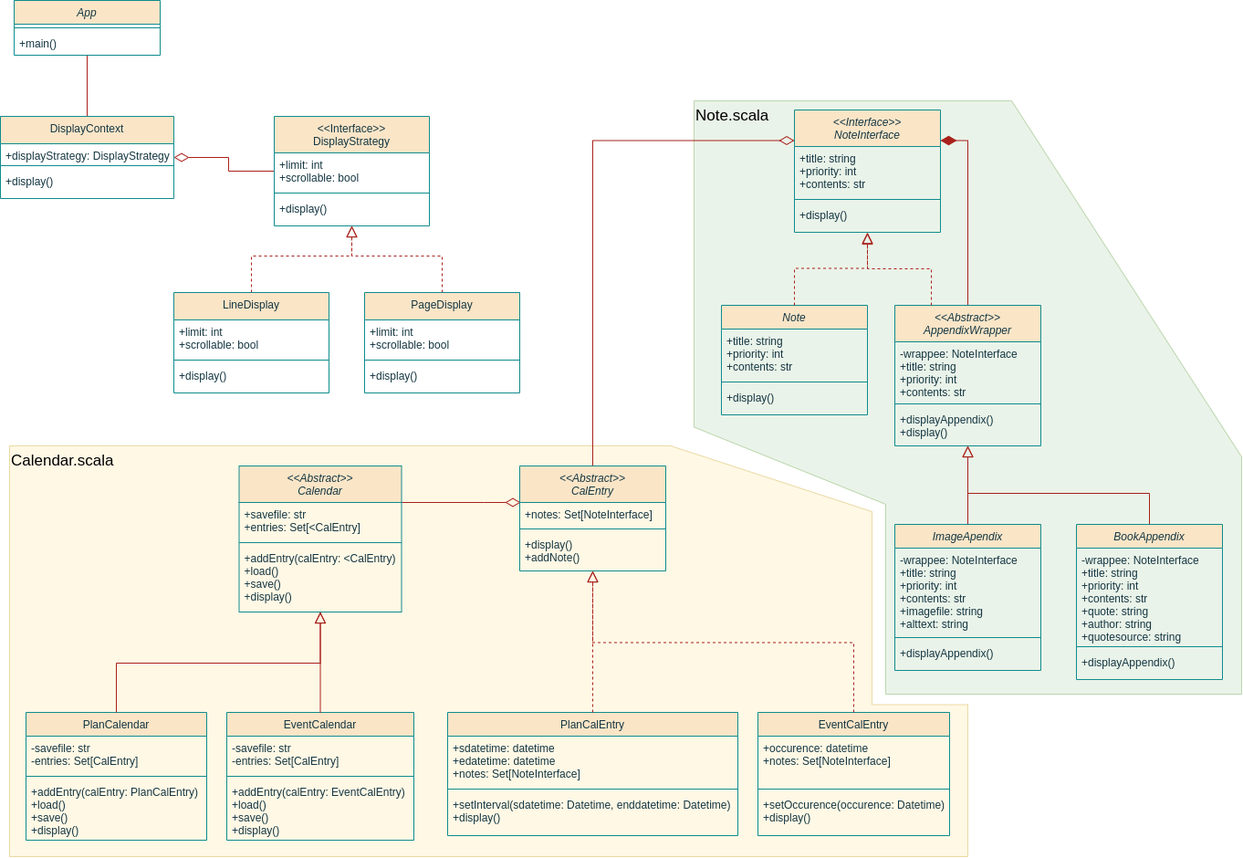
This is Diagram.png from hamer101/scribe, a draw.io export, as it was before one commit. Source tidied: cells renumbered, new cells last; positions are measured from the earlier drawing's top-left corner, leaving out a move shared by most shapes.
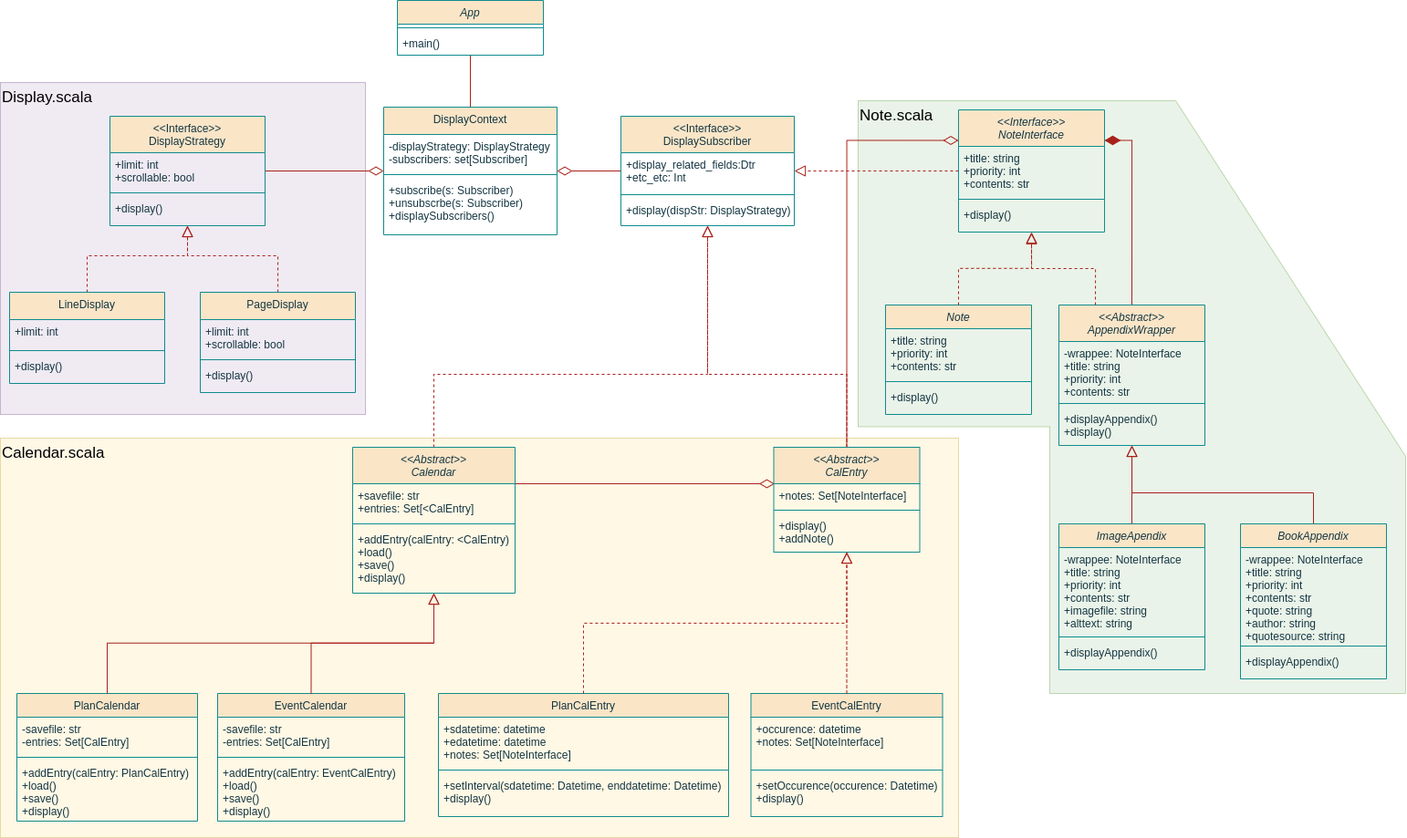
After the commit.

Change to the diagram source:
```diff
@@ -4,7 +4,10 @@
     <mxCell id="1" parent="0" />
+    <mxCell id="82" value="Display.scala" style="verticalLabelPosition=middle;verticalAlign=top;html=1;shape=mxgraph.basic.polygon;polyCoords=[[0,0],[1,0],[1,0.6],[1,0.75],[1,1],[0.35,1],[0,1],[0,0.6]];polyline=0;strokeColor=#9673a6;fillColor=#e1d5e7;opacity=50;align=left;labelPosition=center;fontSize=17;labelBackgroundColor=none;" parent="1" vertex="1">
+      <mxGeometry x="-210" y="110" width="400" height="364" as="geometry" />
+    </mxCell>
-    <mxCell id="2" value="Calendar.scala" style="verticalLabelPosition=middle;verticalAlign=top;html=1;shape=mxgraph.basic.polygon;polyCoords=[[0.69,0],[0.9,0.16],[0.9,0.63],[1,0.63],[1,1],[0,1],[0,0.67],[0,0]];polyline=0;strokeColor=#d6b656;fillColor=#fff2cc;opacity=50;align=left;labelPosition=center;fontSize=17;labelBackgroundColor=none;" parent="1" vertex="1">
-      <mxGeometry x="10" y="488" width="1050" height="450" as="geometry" />
+    <mxCell id="2" value="Calendar.scala" style="verticalLabelPosition=middle;verticalAlign=top;html=1;shape=mxgraph.basic.polygon;polyCoords=[[0.69,0],[1,0],[1,0.56],[1,0.63],[1,1],[0,1],[0,0.67],[0,0]];polyline=0;strokeColor=#d6b656;fillColor=#fff2cc;opacity=50;align=left;labelPosition=center;fontSize=17;labelBackgroundColor=none;" parent="1" vertex="1">
+      <mxGeometry x="-210" y="500" width="1050" height="438" as="geometry" />
     </mxCell>
-    <mxCell id="3" value="Note.scala" style="verticalLabelPosition=middle;verticalAlign=top;html=1;shape=mxgraph.basic.polygon;polyCoords=[[0,0],[0.58,0],[1,0.6],[1,0.75],[1,1],[0.35,1],[0.35,0.68],[0,0.55]];polyline=0;strokeColor=#82b366;fillColor=#d5e8d4;opacity=50;align=left;labelPosition=center;fontSize=17;labelBackgroundColor=none;" parent="1" vertex="1">
-      <mxGeometry x="760" y="110" width="600" height="650" as="geometry" />
+    <mxCell id="3" value="Note.scala" style="verticalLabelPosition=middle;verticalAlign=top;html=1;shape=mxgraph.basic.polygon;polyCoords=[[0,0],[0.58,0],[1,0.6],[1,0.75],[1,1],[0.35,1],[0.35,0.55],[0,0.55]];polyline=0;strokeColor=#82b366;fillColor=#d5e8d4;opacity=50;align=left;labelPosition=center;fontSize=17;labelBackgroundColor=none;" parent="1" vertex="1">
+      <mxGeometry x="730" y="130" width="600" height="650" as="geometry" />
     </mxCell>
@@ -13,4 +16,4 @@
         <Array as="points">
-          <mxPoint x="530" y="550" />
-          <mxPoint x="530" y="550" />
+          <mxPoint x="598.5" y="550" />
+          <mxPoint x="598.5" y="550" />
         </Array>
@@ -18,4 +21,12 @@
     </mxCell>
+    <mxCell id="83" style="edgeStyle=orthogonalEdgeStyle;rounded=0;jettySize=auto;html=1;labelBackgroundColor=none;endArrow=block;strokeColor=#A8201A;endSize=10;endFill=0;shadow=0;strokeWidth=1;dashed=1;labelBorderColor=none;" parent="1" edge="1" source="5" target="87">
+      <mxGeometry relative="1" as="geometry">
+        <Array as="points">
+          <mxPoint x="265" y="430" />
+          <mxPoint x="565" y="430" />
+        </Array>
+      </mxGeometry>
+    </mxCell>
     <mxCell id="5" value="&lt;&lt;Abstract&gt;&gt;&#10;Calendar" style="swimlane;fontStyle=2;align=center;verticalAlign=top;horizontal=1;startSize=40;rounded=0;shadow=0;strokeWidth=1;labelBackgroundColor=none;fillColor=#FAE5C7;strokeColor=#0F8B8D;fontColor=#143642;swimlaneLine=1;backgroundOutline=0;labelBorderColor=none;" parent="1" vertex="1">
-      <mxGeometry x="261.5" y="510" width="178" height="160" as="geometry" />
+      <mxGeometry x="176" y="510" width="178" height="160" as="geometry" />
     </mxCell>
@@ -31,3 +42,3 @@
     <mxCell id="9" value="PlanCalendar" style="swimlane;fontStyle=0;align=center;verticalAlign=top;horizontal=1;startSize=26;rounded=0;shadow=0;strokeWidth=1;labelBackgroundColor=none;fillColor=#FAE5C7;strokeColor=#0F8B8D;fontColor=#143642;swimlaneLine=1;backgroundOutline=0;labelBorderColor=none;" parent="1" vertex="1">
-      <mxGeometry x="28" y="780" width="198" height="140" as="geometry" />
+      <mxGeometry x="-192" y="780" width="198" height="140" as="geometry" />
     </mxCell>
@@ -46,3 +57,3 @@
     <mxCell id="14" value="EventCalendar" style="swimlane;fontStyle=0;align=center;verticalAlign=top;horizontal=1;startSize=26;rounded=0;shadow=0;strokeWidth=1;labelBackgroundColor=none;fillColor=#FAE5C7;strokeColor=#0F8B8D;fontColor=#143642;swimlaneLine=1;backgroundOutline=0;labelBorderColor=none;" parent="1" vertex="1">
-      <mxGeometry x="248" y="780" width="205" height="140" as="geometry" />
+      <mxGeometry x="28" y="780" width="205" height="140" as="geometry" />
     </mxCell>
@@ -64,3 +75,3 @@
     <mxCell id="20" value="App&#10;" style="swimlane;fontStyle=2;align=center;verticalAlign=top;horizontal=1;startSize=26;rounded=0;shadow=0;strokeWidth=1;labelBackgroundColor=none;fillColor=#FAE5C7;strokeColor=#0F8B8D;fontColor=#143642;swimlaneLine=1;backgroundOutline=0;labelBorderColor=none;" parent="1" vertex="1">
-      <mxGeometry x="15" width="160" height="60" as="geometry" />
+      <mxGeometry x="225" y="20" width="160" height="60" as="geometry" />
     </mxCell>
@@ -73,3 +84,3 @@
     <mxCell id="23" value="Note" style="swimlane;fontStyle=2;align=center;verticalAlign=top;horizontal=1;startSize=26;rounded=0;shadow=0;strokeWidth=1;labelBackgroundColor=none;fillColor=#FAE5C7;strokeColor=#0F8B8D;fontColor=#143642;swimlaneLine=1;backgroundOutline=0;labelBorderColor=none;" parent="1" vertex="1">
-      <mxGeometry x="790" y="334" width="160" height="120" as="geometry" />
+      <mxGeometry x="760" y="354" width="160" height="120" as="geometry" />
     </mxCell>
@@ -87,4 +98,12 @@
     </mxCell>
+    <mxCell id="84" style="edgeStyle=orthogonalEdgeStyle;rounded=0;jettySize=auto;html=1;labelBackgroundColor=none;endArrow=block;strokeColor=#A8201A;endSize=10;endFill=0;shadow=0;strokeWidth=1;dashed=1;labelBorderColor=none;" parent="1" edge="1" source="28" target="87">
+      <mxGeometry relative="1" as="geometry">
+        <Array as="points">
+          <mxPoint x="718" y="430" />
+          <mxPoint x="565" y="430" />
+        </Array>
+      </mxGeometry>
+    </mxCell>
     <mxCell id="28" value="&lt;&lt;Abstract&gt;&gt;&#10;CalEntry" style="swimlane;fontStyle=2;align=center;verticalAlign=top;horizontal=1;startSize=40;rounded=0;shadow=0;strokeWidth=1;labelBackgroundColor=none;fillColor=#FAE5C7;strokeColor=#0F8B8D;fontColor=#143642;swimlaneLine=1;backgroundOutline=0;labelBorderColor=none;" parent="1" vertex="1">
-      <mxGeometry x="569" y="510" width="160" height="115" as="geometry" />
+      <mxGeometry x="637.5" y="510" width="160" height="115" as="geometry" />
     </mxCell>
@@ -100,3 +119,3 @@
     <mxCell id="32" value="PlanCalEntry" style="swimlane;fontStyle=0;align=center;verticalAlign=top;horizontal=1;startSize=26;rounded=0;shadow=0;strokeWidth=1;labelBackgroundColor=none;fillColor=#FAE5C7;strokeColor=#0F8B8D;fontColor=#143642;swimlaneLine=1;backgroundOutline=0;labelBorderColor=none;" parent="1" vertex="1">
-      <mxGeometry x="490" y="780" width="318" height="135" as="geometry" />
+      <mxGeometry x="270" y="780" width="318" height="135" as="geometry" />
     </mxCell>
@@ -115,3 +134,3 @@
     <mxCell id="37" value="EventCalEntry" style="swimlane;fontStyle=0;align=center;verticalAlign=top;horizontal=1;startSize=26;rounded=0;shadow=0;strokeWidth=1;labelBackgroundColor=none;fillColor=#FAE5C7;strokeColor=#0F8B8D;fontColor=#143642;swimlaneLine=1;backgroundOutline=0;labelBorderColor=none;" parent="1" vertex="1">
-      <mxGeometry x="830" y="780" width="210" height="135" as="geometry" />
+      <mxGeometry x="612.5" y="780" width="210" height="135" as="geometry" />
     </mxCell>
@@ -132,4 +151,7 @@
     </mxCell>
+    <mxCell id="85" style="edgeStyle=orthogonalEdgeStyle;rounded=0;jettySize=auto;html=1;labelBackgroundColor=none;endArrow=block;strokeColor=#A8201A;endSize=10;endFill=0;shadow=0;strokeWidth=1;dashed=1;labelBorderColor=none;" parent="1" edge="1" source="43" target="87">
+      <mxGeometry relative="1" as="geometry" />
+    </mxCell>
     <mxCell id="43" value="&lt;&lt;Interface&gt;&gt;&#10;NoteInterface" style="swimlane;fontStyle=2;align=center;verticalAlign=top;horizontal=1;startSize=40;rounded=0;shadow=0;strokeWidth=1;labelBackgroundColor=none;fillColor=#FAE5C7;strokeColor=#0F8B8D;fontColor=#143642;swimlaneLine=1;backgroundOutline=0;labelBorderColor=none;" parent="1" vertex="1">
-      <mxGeometry x="870" y="120" width="160" height="134" as="geometry" />
+      <mxGeometry x="840" y="140" width="160" height="134" as="geometry" />
     </mxCell>
@@ -148,3 +170,3 @@
     <mxCell id="48" value="&lt;&lt;Abstract&gt;&gt;&#10;AppendixWrapper" style="swimlane;fontStyle=2;align=center;verticalAlign=top;horizontal=1;startSize=40;rounded=0;shadow=0;strokeWidth=1;labelBackgroundColor=none;fillColor=#FAE5C7;strokeColor=#0F8B8D;fontColor=#143642;swimlaneLine=1;backgroundOutline=0;labelBorderColor=none;" parent="1" vertex="1">
-      <mxGeometry x="980" y="334" width="160" height="154" as="geometry" />
+      <mxGeometry x="950" y="354" width="160" height="154" as="geometry" />
     </mxCell>
@@ -166,3 +188,3 @@
     <mxCell id="54" value="ImageApendix" style="swimlane;fontStyle=2;align=center;verticalAlign=top;horizontal=1;startSize=26;rounded=0;shadow=0;strokeWidth=1;labelBackgroundColor=none;fillColor=#FAE5C7;strokeColor=#0F8B8D;fontColor=#143642;swimlaneLine=1;backgroundOutline=0;labelBorderColor=none;" parent="1" vertex="1">
-      <mxGeometry x="980" y="574" width="160" height="160" as="geometry" />
+      <mxGeometry x="950" y="594" width="160" height="160" as="geometry" />
     </mxCell>
@@ -180,4 +202,4 @@
         <Array as="points">
-          <mxPoint x="1259" y="540" />
-          <mxPoint x="1060" y="540" />
+          <mxPoint x="1229" y="560" />
+          <mxPoint x="1030" y="560" />
         </Array>
@@ -186,3 +208,3 @@
     <mxCell id="59" value="BookAppendix" style="swimlane;fontStyle=2;align=center;verticalAlign=top;horizontal=1;startSize=26;rounded=0;shadow=0;strokeWidth=1;labelBackgroundColor=none;fillColor=#FAE5C7;strokeColor=#0F8B8D;fontColor=#143642;swimlaneLine=1;backgroundOutline=0;labelBorderColor=none;" parent="1" vertex="1">
-      <mxGeometry x="1179" y="574" width="160" height="170" as="geometry" />
+      <mxGeometry x="1149" y="594" width="160" height="170" as="geometry" />
     </mxCell>
@@ -201,3 +223,3 @@
     <mxCell id="64" value="&lt;&lt;Interface&gt;&gt;&#10;DisplayStrategy" style="swimlane;fontStyle=0;align=center;verticalAlign=top;horizontal=1;startSize=40;rounded=0;shadow=0;strokeWidth=1;labelBackgroundColor=none;fillColor=#FAE5C7;strokeColor=#0F8B8D;fontColor=#143642;swimlaneLine=1;backgroundOutline=0;labelBorderColor=none;" parent="1" vertex="1">
-      <mxGeometry x="300" y="127" width="170" height="120" as="geometry" />
+      <mxGeometry x="-90" y="147" width="170" height="120" as="geometry" />
     </mxCell>
@@ -215,4 +237,4 @@
         <Array as="points">
-          <mxPoint x="275" y="280" />
-          <mxPoint x="385" y="280" />
+          <mxPoint x="-115" y="300" />
+          <mxPoint x="-5" y="300" />
         </Array>
@@ -221,12 +243,12 @@
     <mxCell id="69" value="LineDisplay" style="swimlane;fontStyle=0;align=center;verticalAlign=top;horizontal=1;startSize=30;rounded=0;shadow=0;strokeWidth=1;labelBackgroundColor=none;fillColor=#FAE5C7;strokeColor=#0F8B8D;fontColor=#143642;swimlaneLine=1;backgroundOutline=0;labelBorderColor=none;" parent="1" vertex="1">
-      <mxGeometry x="190" y="320" width="170" height="110" as="geometry" />
+      <mxGeometry x="-200" y="340" width="170" height="100" as="geometry" />
     </mxCell>
-    <mxCell id="70" value="+limit: int&#10;+scrollable: bool" style="text;align=left;verticalAlign=top;spacingLeft=4;spacingRight=4;overflow=hidden;rounded=0;labelBackgroundColor=none;fontColor=#143642;shadow=0;swimlaneLine=1;backgroundOutline=0;labelBorderColor=none;" parent="69" vertex="1">
-      <mxGeometry y="30" width="170" height="40" as="geometry" />
+    <mxCell id="70" value="+limit: int" style="text;align=left;verticalAlign=top;spacingLeft=4;spacingRight=4;overflow=hidden;rounded=0;labelBackgroundColor=none;fontColor=#143642;shadow=0;swimlaneLine=1;backgroundOutline=0;labelBorderColor=none;" parent="69" vertex="1">
+      <mxGeometry y="30" width="170" height="30" as="geometry" />
     </mxCell>
     <mxCell id="71" style="line;html=1;strokeWidth=1;align=left;verticalAlign=middle;spacingTop=-1;spacingLeft=3;spacingRight=3;labelPosition=right;rounded=0;labelBackgroundColor=none;fillColor=#FAE5C7;strokeColor=#0F8B8D;fontColor=#143642;shadow=0;swimlaneLine=1;backgroundOutline=0;labelBorderColor=none;" parent="69" vertex="1">
-      <mxGeometry y="70" width="170" height="8" as="geometry" />
+      <mxGeometry y="60" width="170" height="8" as="geometry" />
     </mxCell>
     <mxCell id="72" value="+display()" style="text;align=left;verticalAlign=top;spacingLeft=4;spacingRight=4;overflow=hidden;rounded=0;labelBackgroundColor=none;fontColor=#143642;shadow=0;swimlaneLine=1;backgroundOutline=0;labelBorderColor=none;" parent="69" vertex="1">
-      <mxGeometry y="78" width="170" height="32" as="geometry" />
+      <mxGeometry y="68" width="170" height="32" as="geometry" />
     </mxCell>
@@ -235,4 +257,4 @@
         <Array as="points">
-          <mxPoint x="484" y="280" />
-          <mxPoint x="385" y="280" />
+          <mxPoint x="94" y="300" />
+          <mxPoint x="-5" y="300" />
         </Array>
@@ -241,3 +263,3 @@
     <mxCell id="74" value="PageDisplay" style="swimlane;fontStyle=0;align=center;verticalAlign=top;horizontal=1;startSize=30;rounded=0;shadow=0;strokeWidth=1;labelBackgroundColor=none;fillColor=#FAE5C7;strokeColor=#0F8B8D;fontColor=#143642;swimlaneLine=1;backgroundOutline=0;labelBorderColor=none;" parent="1" vertex="1">
-      <mxGeometry x="399" y="320" width="170" height="110" as="geometry" />
+      <mxGeometry x="9" y="340" width="170" height="110" as="geometry" />
     </mxCell>
@@ -253,13 +275,28 @@
     <mxCell id="78" value="DisplayContext" style="swimlane;fontStyle=0;align=center;verticalAlign=top;horizontal=1;startSize=30;rounded=0;shadow=0;strokeWidth=1;labelBackgroundColor=none;fillColor=#FAE5C7;strokeColor=#0F8B8D;fontColor=#143642;swimlaneLine=1;backgroundOutline=0;labelBorderColor=none;" parent="1" vertex="1">
-      <mxGeometry y="127" width="190" height="90" as="geometry" />
+      <mxGeometry x="210" y="137" width="190" height="140" as="geometry" />
     </mxCell>
-    <mxCell id="79" value="+displayStrategy: DisplayStrategy" style="text;align=left;verticalAlign=top;spacingLeft=4;spacingRight=4;overflow=hidden;rounded=0;labelBackgroundColor=none;fontColor=#143642;shadow=0;swimlaneLine=1;backgroundOutline=0;labelBorderColor=none;" parent="78" vertex="1">
-      <mxGeometry y="30" width="190" height="20" as="geometry" />
+    <mxCell id="79" value="-displayStrategy: DisplayStrategy&#10;-subscribers: set[Subscriber]" style="text;align=left;verticalAlign=top;spacingLeft=4;spacingRight=4;overflow=hidden;rounded=0;labelBackgroundColor=none;fontColor=#143642;shadow=0;swimlaneLine=1;backgroundOutline=0;labelBorderColor=none;" parent="78" vertex="1">
+      <mxGeometry y="30" width="190" height="40" as="geometry" />
     </mxCell>
     <mxCell id="80" style="line;html=1;strokeWidth=1;align=left;verticalAlign=middle;spacingTop=-1;spacingLeft=3;spacingRight=3;labelPosition=right;rounded=0;labelBackgroundColor=none;fillColor=#FAE5C7;strokeColor=#0F8B8D;fontColor=#143642;shadow=0;swimlaneLine=1;backgroundOutline=0;labelBorderColor=none;" parent="78" vertex="1">
-      <mxGeometry y="50" width="190" height="8" as="geometry" />
+      <mxGeometry y="70" width="190" height="8" as="geometry" />
     </mxCell>
-    <mxCell id="81" value="+display()" style="text;align=left;verticalAlign=top;spacingLeft=4;spacingRight=4;overflow=hidden;rounded=0;labelBackgroundColor=none;fontColor=#143642;shadow=0;swimlaneLine=1;backgroundOutline=0;labelBorderColor=none;" parent="78" vertex="1">
-      <mxGeometry y="58" width="190" height="32" as="geometry" />
+    <mxCell id="81" value="+subscribe(s: Subscriber)&#10;+unsubscrbe(s: Subscriber)&#10;+displaySubscribers()" style="text;align=left;verticalAlign=top;spacingLeft=4;spacingRight=4;overflow=hidden;rounded=0;labelBackgroundColor=none;fontColor=#143642;shadow=0;swimlaneLine=1;backgroundOutline=0;labelBorderColor=none;" parent="78" vertex="1">
+      <mxGeometry y="78" width="190" height="62" as="geometry" />
     </mxCell>
+    <mxCell id="86" style="edgeStyle=orthogonalEdgeStyle;rounded=0;jettySize=auto;html=1;endArrow=diamondThin;strokeColor=#A8201A;fontColor=#143642;fillColor=#FAE5C7;endFill=0;endSize=14;" parent="1" edge="1" source="87" target="78">
+      <mxGeometry relative="1" as="geometry" />
+    </mxCell>
+    <mxCell id="87" value="&lt;&lt;Interface&gt;&gt;&#10;DisplaySubscriber" style="swimlane;fontStyle=0;align=center;verticalAlign=top;horizontal=1;startSize=40;rounded=0;shadow=0;strokeWidth=1;labelBackgroundColor=none;fillColor=#FAE5C7;strokeColor=#0F8B8D;fontColor=#143642;swimlaneLine=1;backgroundOutline=0;labelBorderColor=none;" parent="1" vertex="1">
+      <mxGeometry x="470" y="147" width="190" height="120" as="geometry" />
+    </mxCell>
+    <mxCell id="88" value="+display_related_fields:Dtr&#10;+etc_etc: Int" style="text;align=left;verticalAlign=top;spacingLeft=4;spacingRight=4;overflow=hidden;rounded=0;labelBackgroundColor=none;fontColor=#143642;shadow=0;swimlaneLine=1;backgroundOutline=0;labelBorderColor=none;" parent="87" vertex="1">
+      <mxGeometry y="40" width="190" height="42" as="geometry" />
+    </mxCell>
+    <mxCell id="89" style="line;html=1;strokeWidth=1;align=left;verticalAlign=middle;spacingTop=-1;spacingLeft=3;spacingRight=3;labelPosition=right;rounded=0;labelBackgroundColor=none;fillColor=#FAE5C7;strokeColor=#0F8B8D;fontColor=#143642;shadow=0;swimlaneLine=1;backgroundOutline=0;labelBorderColor=none;" parent="87" vertex="1">
+      <mxGeometry y="82" width="190" height="8" as="geometry" />
+    </mxCell>
+    <mxCell id="90" value="+display(dispStr: DisplayStrategy)&#10;" style="text;align=left;verticalAlign=top;spacingLeft=4;spacingRight=4;overflow=hidden;rounded=0;labelBackgroundColor=none;fontColor=#143642;shadow=0;swimlaneLine=1;backgroundOutline=0;labelBorderColor=none;" parent="87" vertex="1">
+      <mxGeometry y="90" width="190" height="30" as="geometry" />
+    </mxCell>
   </root>
```
